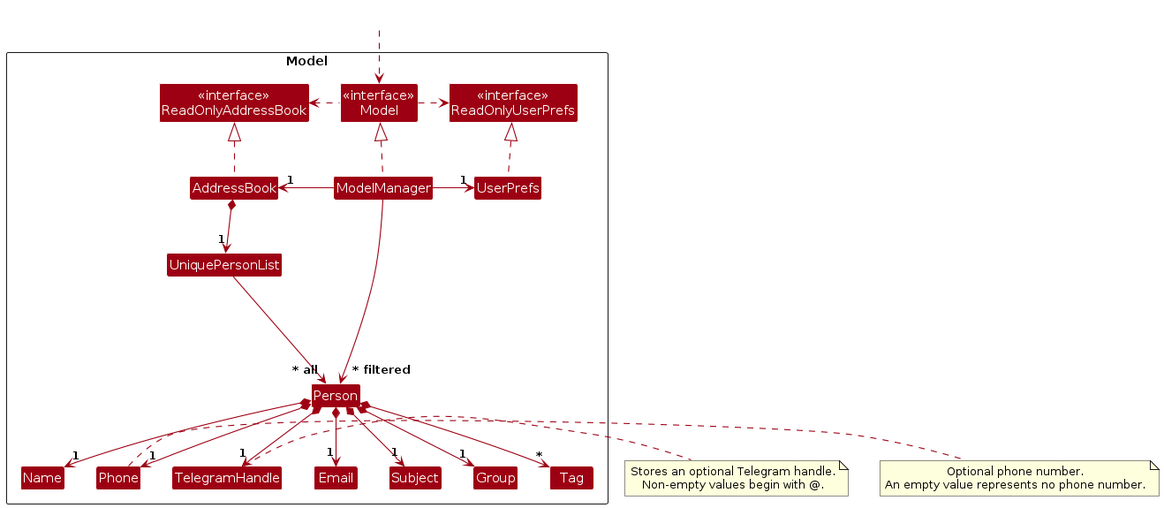
Earlier version of the PlantUML export diagrams/ModelClassDiagram.png (AY2627S1-CS2103T-T11-2/tp). Its source is kept beside it as diagrams/ModelClassDiagram.puml.
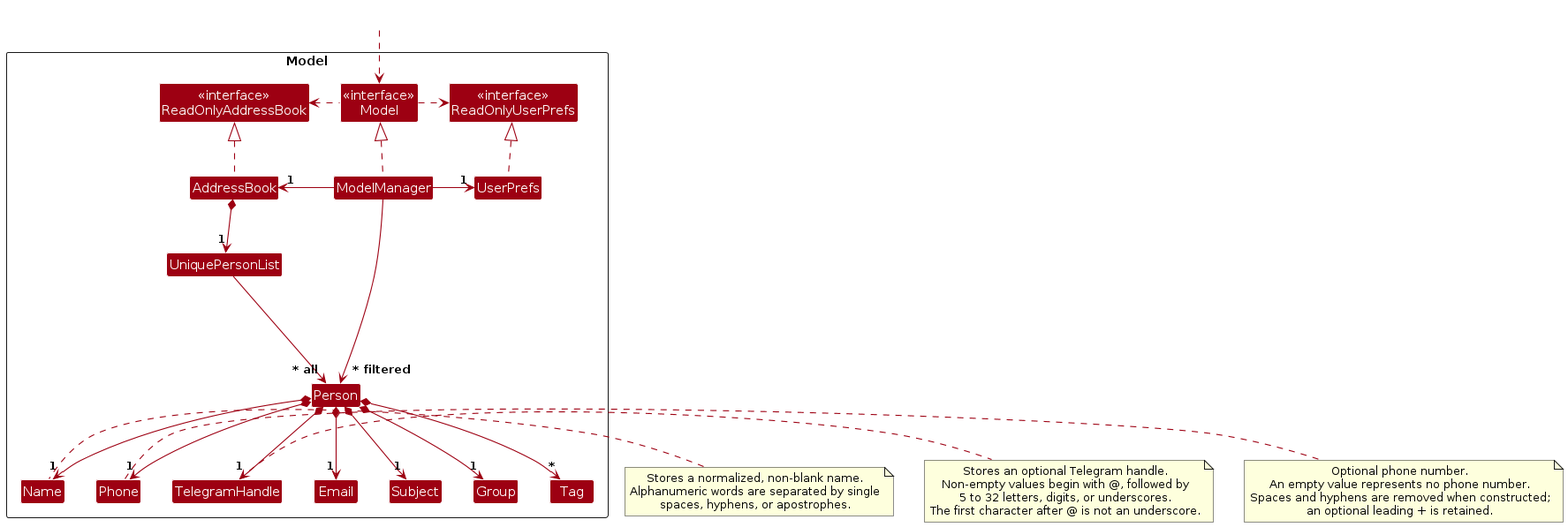
After the commit.

Diff of the diagram source:
```diff
@@ -47,14 +47,24 @@
 Person *--> "1" Group
 Person *--> "*" Tag
 
+note left of Name
+  Stores a normalized, non-blank name.
+  Alphanumeric words are separated by single
+  spaces, hyphens, or apostrophes.
+end note
+
 note right of TelegramHandle
   Stores an optional Telegram handle.
-  Non-empty values begin with @.
+  Non-empty values begin with @, followed by
+  5 to 32 letters, digits, or underscores.
+  The first character after @ is not an underscore.
 end note
 
 note right of Phone
   Optional phone number.
   An empty value represents no phone number.
+  Spaces and hyphens are removed when constructed;
+  an optional leading + is retained.
 end note
 
 Person -[hidden]up--> I
```
